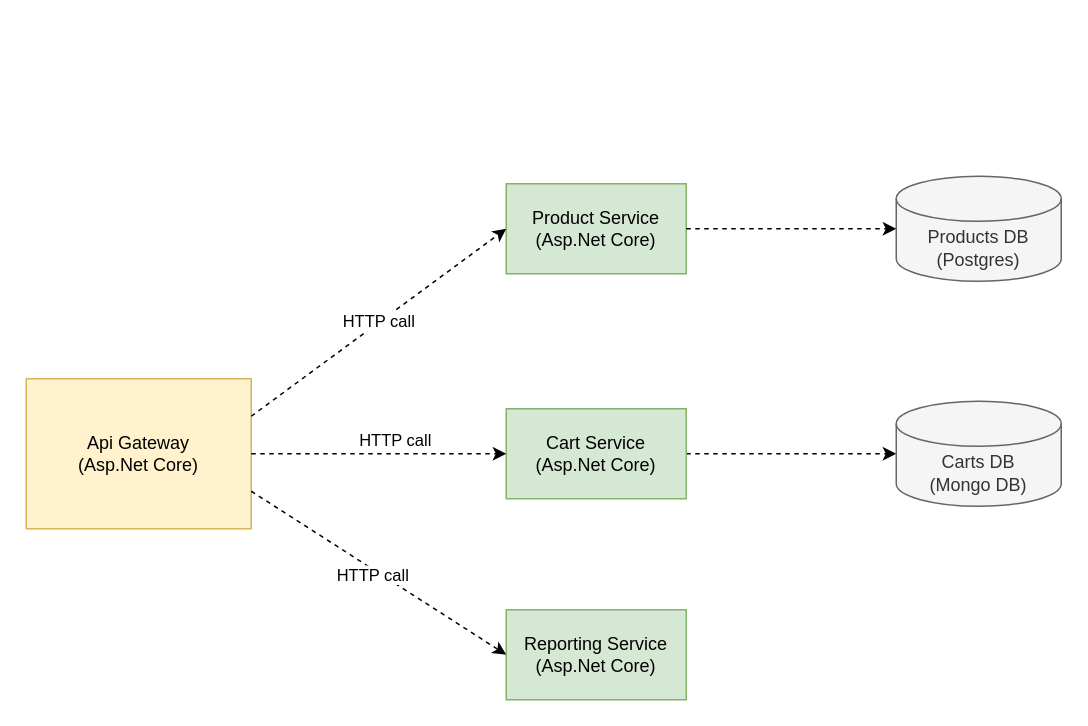
This is docs/C2 Diagram.drawio from GasyTek/observability, a draw.io file, before an edit. Source tidied: cells renumbered, new cells numbered last; positions are measured from the earlier drawing's top-left corner, leaving out a move shared by most shapes. Both pictures are drawn from the tidied source at 150%, with x=0, y=0 at pixel (26, 176).
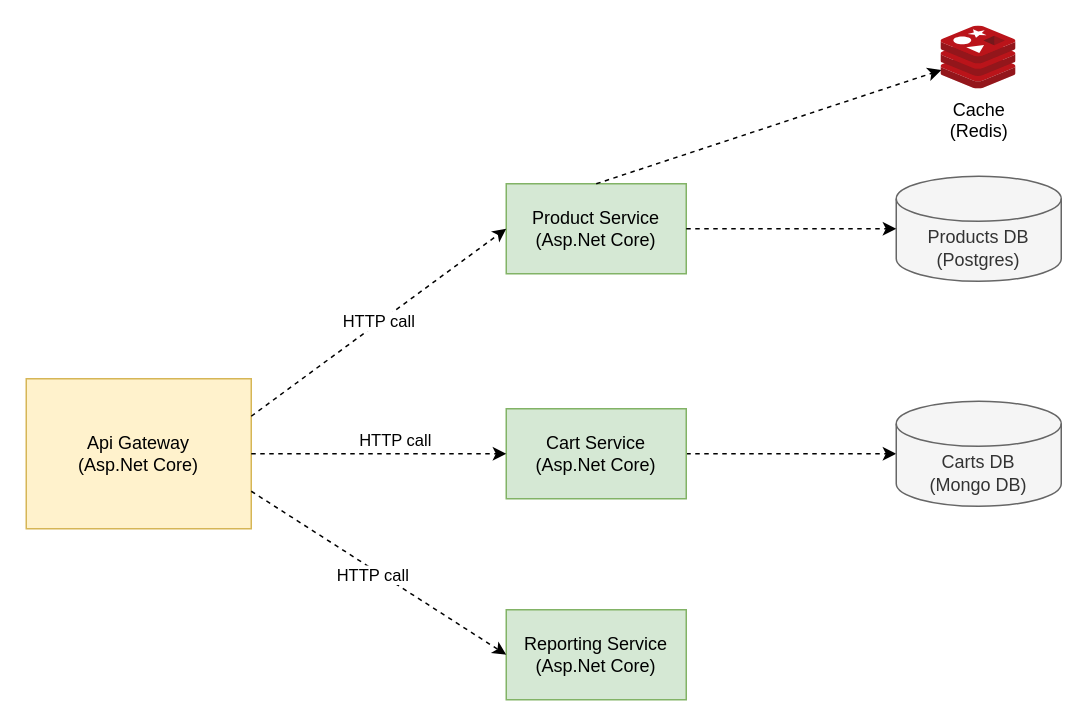
Above is the later version.

Diff of the diagram source:
```diff
@@
 <mxGraphModel>
   <root>
     <mxCell id="0" />
     <mxCell id="1" parent="0" />
     <mxCell id="2" value="Api Gateway&lt;br&gt;(Asp.Net Core)" style="rounded=0;whiteSpace=wrap;html=1;fillColor=#fff2cc;strokeColor=#d6b656;" parent="1" vertex="1">
       <mxGeometry y="135" width="150" height="100" as="geometry" />
     </mxCell>
     <mxCell id="3" value="Product Service&lt;br&gt;(Asp.Net Core)" style="rounded=0;whiteSpace=wrap;html=1;fillColor=#d5e8d4;strokeColor=#82b366;" parent="1" vertex="1">
       <mxGeometry x="320" y="5" width="120" height="60" as="geometry" />
     </mxCell>
     <mxCell id="4" style="edgeStyle=orthogonalEdgeStyle;rounded=0;jettySize=auto;html=1;entryX=0;entryY=0.5;entryDx=0;entryDy=0;entryPerimeter=0;dashed=1;" parent="1" edge="1" source="5" target="7">
       <mxGeometry relative="1" as="geometry" />
     </mxCell>
     <mxCell id="5" value="Cart Service&lt;br&gt;(Asp.Net Core)" style="rounded=0;whiteSpace=wrap;html=1;fillColor=#d5e8d4;strokeColor=#82b366;" parent="1" vertex="1">
       <mxGeometry x="320" y="155" width="120" height="60" as="geometry" />
     </mxCell>
     <mxCell id="6" value="Reporting Service&lt;br&gt;(Asp.Net Core)" style="rounded=0;whiteSpace=wrap;html=1;fillColor=#d5e8d4;strokeColor=#82b366;" parent="1" vertex="1">
       <mxGeometry x="320" y="289" width="120" height="60" as="geometry" />
     </mxCell>
     <mxCell id="7" value="Carts DB&lt;br&gt;(Mongo DB)" style="shape=cylinder3;whiteSpace=wrap;html=1;boundedLbl=1;backgroundOutline=1;size=15;fillColor=#f5f5f5;fontColor=#333333;strokeColor=#666666;" parent="1" vertex="1">
       <mxGeometry x="580" y="150" width="110" height="70" as="geometry" />
     </mxCell>
     <mxCell id="8" value="Products DB&lt;br&gt;(Postgres)" style="shape=cylinder3;whiteSpace=wrap;html=1;boundedLbl=1;backgroundOutline=1;size=15;fillColor=#f5f5f5;fontColor=#333333;strokeColor=#666666;" parent="1" vertex="1">
       <mxGeometry x="580" width="110" height="70" as="geometry" />
     </mxCell>
     <mxCell id="9" value="HTTP call" style="endArrow=classic;html=1;rounded=0;exitX=1;exitY=0.25;exitDx=0;exitDy=0;entryX=0;entryY=0.5;entryDx=0;entryDy=0;dashed=1;" parent="1" edge="1" source="2" target="3">
       <mxGeometry relative="1" as="geometry" />
     </mxCell>
     <mxCell id="10" style="endArrow=classic;html=1;rounded=0;exitX=1;exitY=0.5;exitDx=0;exitDy=0;entryX=0;entryY=0.5;entryDx=0;entryDy=0;dashed=1;" parent="1" edge="1" source="2" target="5">
       <mxGeometry relative="1" as="geometry" />
     </mxCell>
     <mxCell id="11" value="HTTP call" style="edgeLabel;html=1;align=center;verticalAlign=middle;" parent="10" vertex="1">
       <mxGeometry x="0.12" y="1" relative="1" as="geometry">
         <mxPoint y="-9" as="offset" />
       </mxGeometry>
     </mxCell>
     <mxCell id="12" style="endArrow=classic;html=1;rounded=0;exitX=1;exitY=0.75;exitDx=0;exitDy=0;entryX=0;entryY=0.5;entryDx=0;entryDy=0;dashed=1;" parent="1" edge="1" source="2" target="6">
       <mxGeometry relative="1" as="geometry" />
     </mxCell>
     <mxCell id="13" value="HTTP call" style="edgeLabel;html=1;align=center;verticalAlign=middle;" parent="12" vertex="1">
       <mxGeometry x="-0.15" y="-2" relative="1" as="geometry">
         <mxPoint x="9" y="7" as="offset" />
       </mxGeometry>
     </mxCell>
     <mxCell id="14" style="endArrow=classic;html=1;rounded=0;exitX=1;exitY=0.5;exitDx=0;exitDy=0;dashed=1;" parent="1" edge="1" source="3" target="8">
       <mxGeometry relative="1" as="geometry" />
     </mxCell>
+    <mxCell id="15" value="Cache&lt;br&gt;(Redis)" style="image;sketch=0;html=1;points=[];align=center;fontSize=12;image=img/lib/mscae/Cache_Redis_Product.svg;" parent="1" vertex="1">
+      <mxGeometry x="610" y="-100" width="50" height="42" as="geometry" />
+    </mxCell>
+    <mxCell id="16" style="endArrow=classic;html=1;rounded=0;exitX=0.5;exitY=0;exitDx=0;exitDy=0;dashed=1;" parent="1" edge="1" source="3" target="15">
+      <mxGeometry relative="1" as="geometry" />
+    </mxCell>
   </root>
 </mxGraphModel>
```
